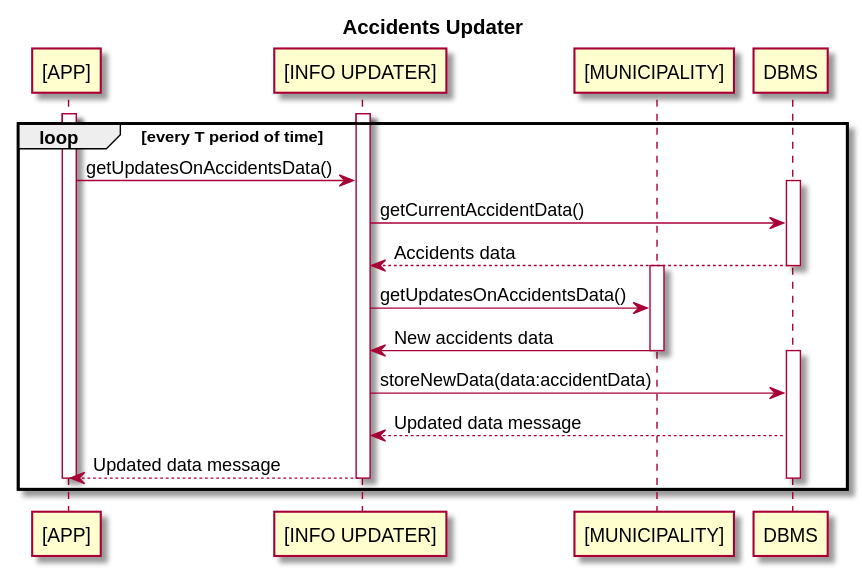
Earlier version of the PlantUML export DD/resources/info_updater.svg (simonebraga/software_engineering_project_2020). Source of this version:
```plantuml
@startuml

title Accidents Updater

participant "[APP]" as user

participant "[INFO UPDATER]" as infou
participant "[MUNICIPALITY]" as mun
participant DBMS as db

loop every T period of time
activate user
activate infou

  user -> infou : getUpdatesOnAccidentsData()

  activate db
    infou -> db : getCurrentAccidentData()
    db --> infou : Accidents data
  deactivate db

  activate mun

    infou -> mun : getUpdatesOnAccidentsData()
    mun -> infou : New accidents data

  deactivate mun

  activate db

    infou -> db : storeNewData(data:accidentData)
    db --> infou : Updated data message
    infou --> user : Updated data message

  deactivate db


deactivate infou
deactivate user
end

@enduml
```
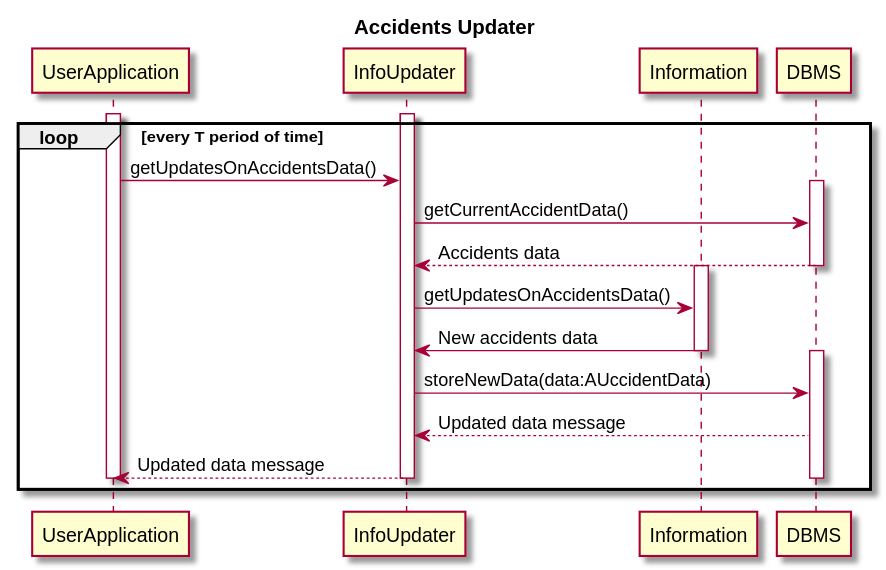
Above is the later version.

Diff of the diagram source:
```diff
@@ -2,10 +2,10 @@
 
 title Accidents Updater
 
-participant "[APP]" as user
+participant "UserApplication" as user
 
-participant "[INFO UPDATER]" as infou
-participant "[MUNICIPALITY]" as mun
+participant "InfoUpdater" as infou
+participant "Information" as mun
 participant DBMS as db
 
 loop every T period of time
@@ -28,7 +28,7 @@
 
   activate db
 
-    infou -> db : storeNewData(data:accidentData)
+    infou -> db : storeNewData(data:AUccidentData)
     db --> infou : Updated data message
     infou --> user : Updated data message
 
```
